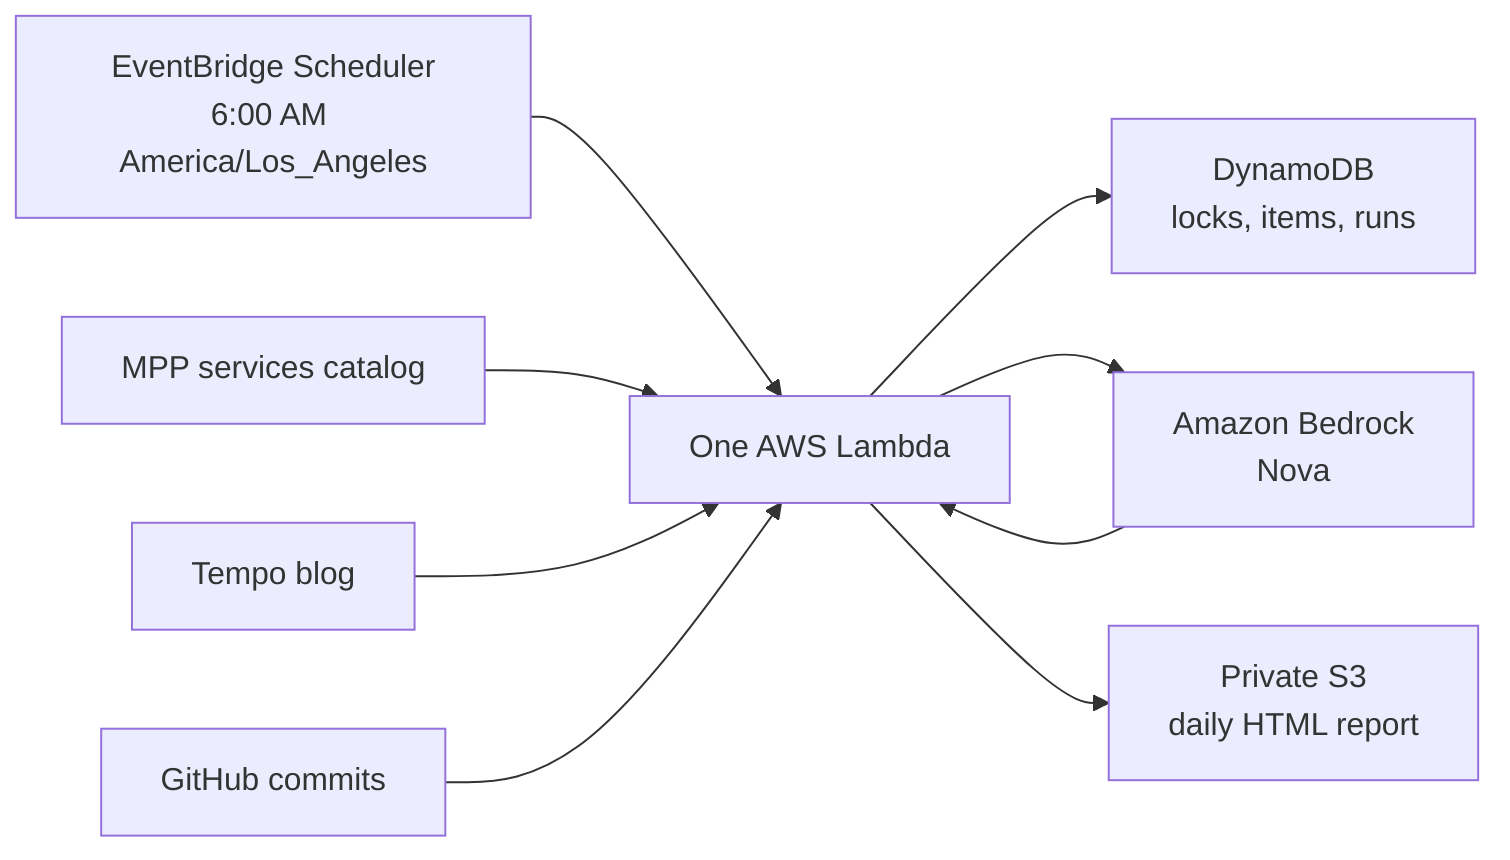
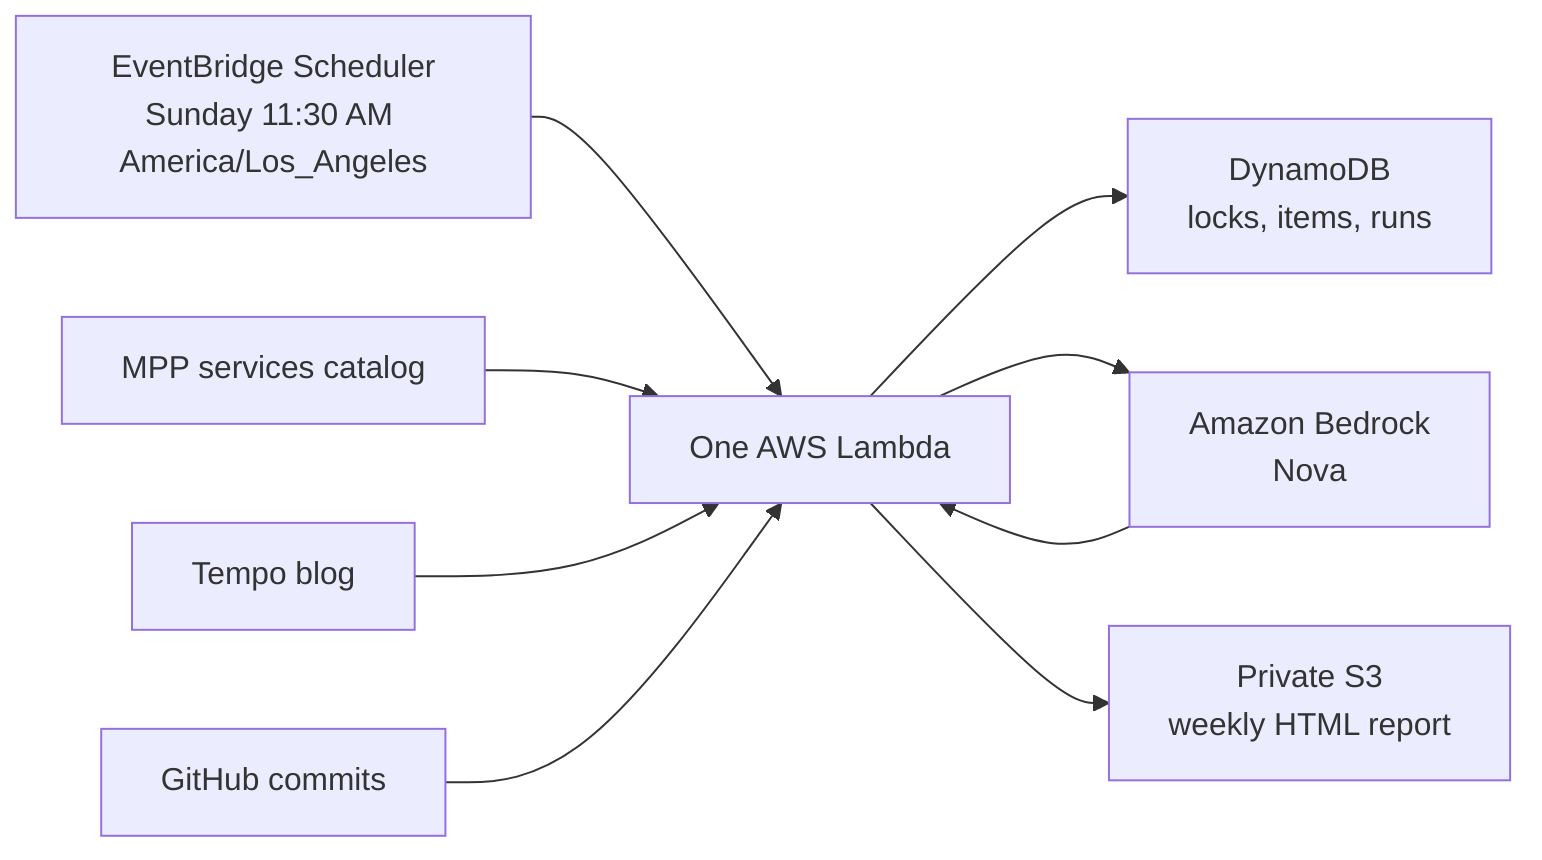
flowchart LR
-     A["EventBridge Scheduler<br/>6:00 AM America/Los_Angeles"] --> B["One AWS Lambda"]
+     A["EventBridge Scheduler<br/>Sunday 11:30 AM America/Los_Angeles"] --> B["One AWS Lambda"]
    C["MPP services catalog"] --> B
    D["Tempo blog"] --> B
    E["GitHub commits"] --> B
    B --> F["DynamoDB<br/>locks, items, runs"]
    B --> G["Amazon Bedrock<br/>Nova"]
    G --> B
-     B --> H["Private S3<br/>daily HTML report"]
+     B --> H["Private S3<br/>weekly HTML report"]
